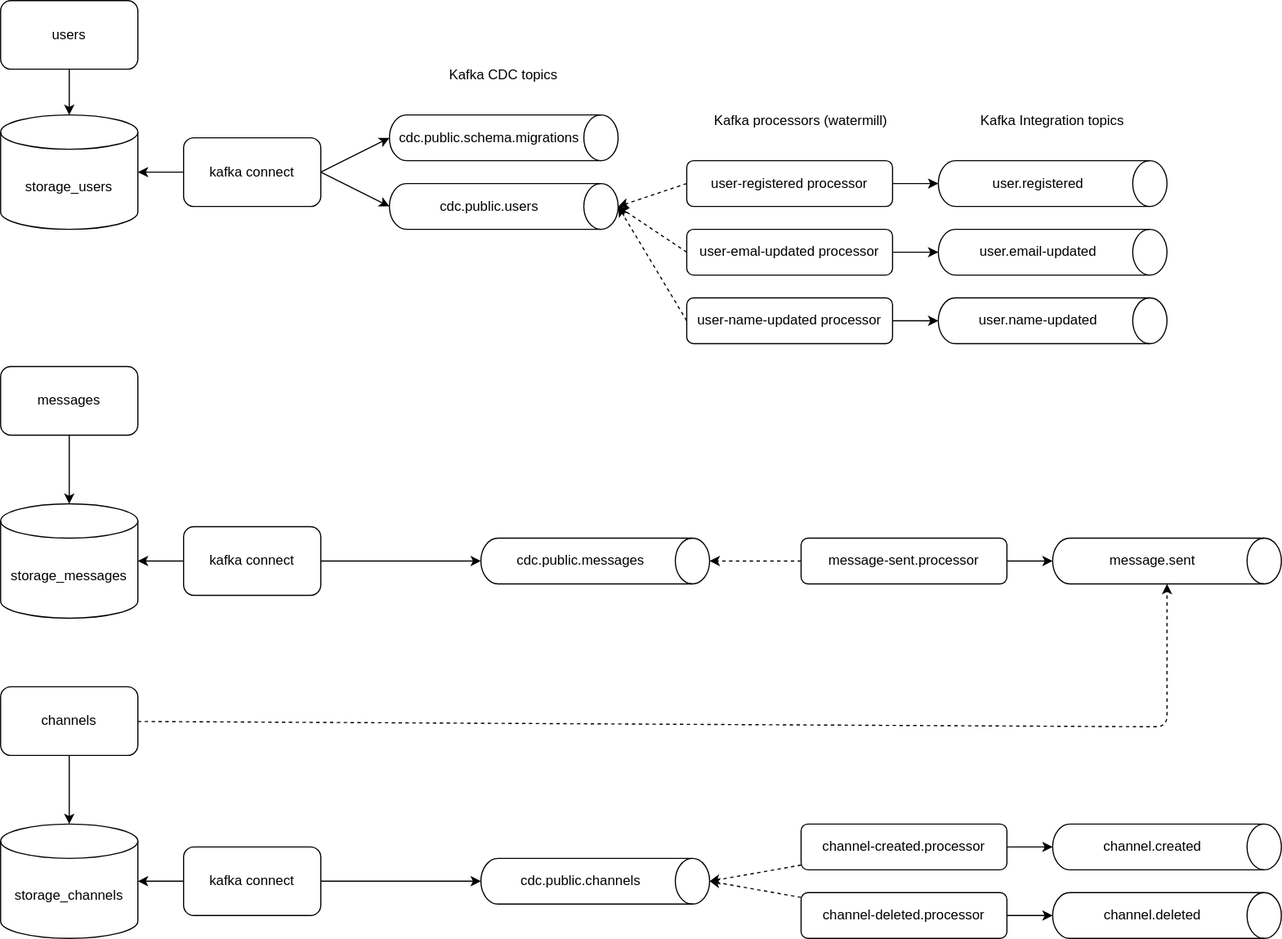
The draw.io diagram docs/design.drawio.svg in Turao/study, before a commit. Source tidied: cells renumbered, new cells last; positions are measured from the earlier drawing's top-left corner, leaving out a move shared by most shapes.
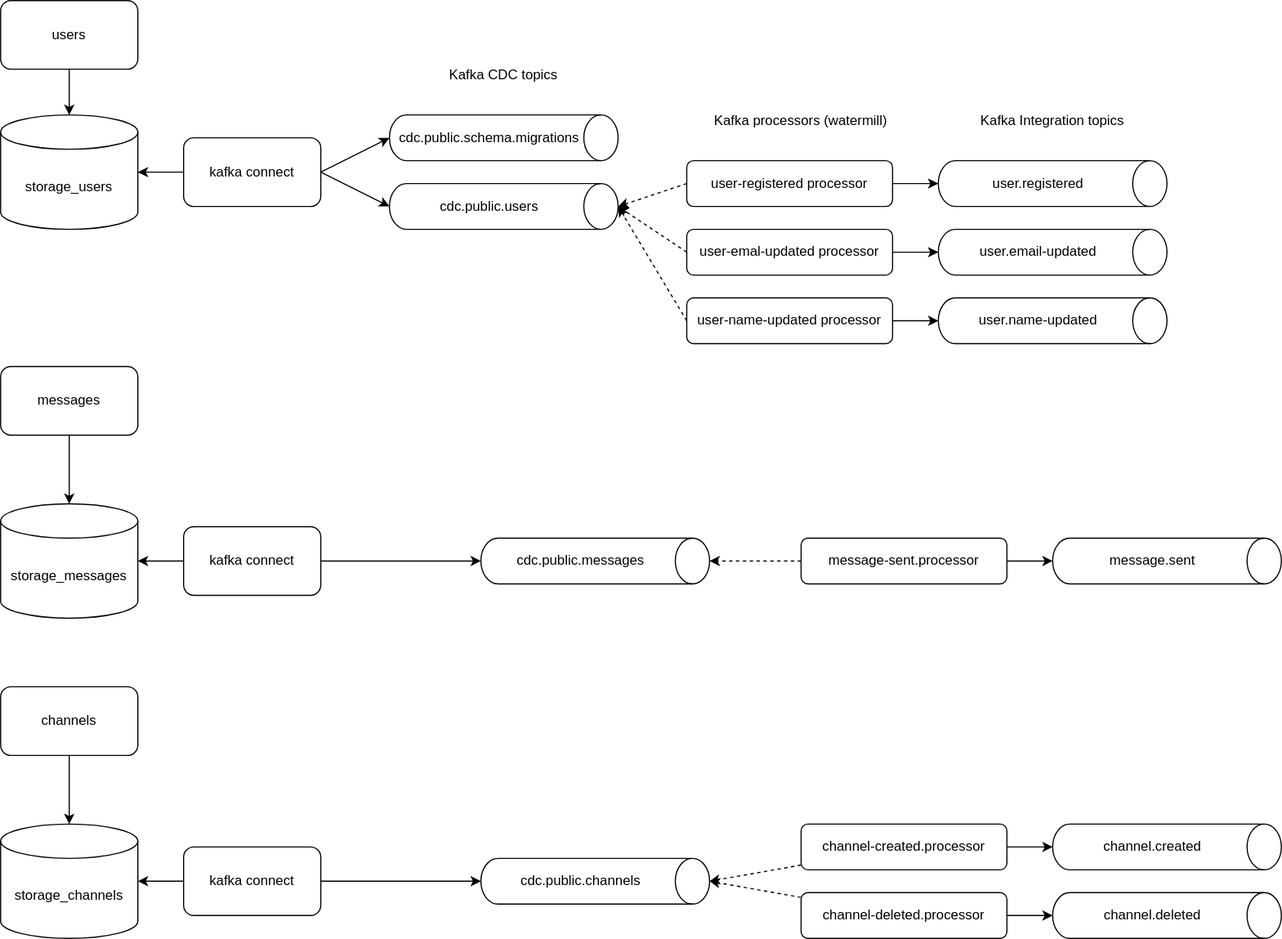
After the change.

Change to the diagram source:
```diff
@@ -110,13 +110,6 @@
     <mxCell id="37" style="edgeStyle=none;html=1;exitX=0.5;exitY=1;exitDx=0;exitDy=0;entryX=0.5;entryY=0;entryDx=0;entryDy=0;entryPerimeter=0;strokeColor=#000000;" parent="1" edge="1" source="39" target="40">
       <mxGeometry relative="1" as="geometry" />
     </mxCell>
-    <mxCell id="38" style="edgeStyle=none;html=1;strokeColor=#000000;entryX=1;entryY=0.5;entryDx=0;entryDy=0;entryPerimeter=0;dashed=1;" parent="1" edge="1" source="39" target="36">
-      <mxGeometry relative="1" as="geometry">
-        <Array as="points">
-          <mxPoint x="1020" y="635" />
-        </Array>
-      </mxGeometry>
-    </mxCell>
     <mxCell id="39" value="&lt;font color=&quot;#000000&quot;&gt;channels&lt;/font&gt;" style="rounded=1;whiteSpace=wrap;html=1;fillColor=none;strokeColor=#000000;" parent="1" vertex="1">
       <mxGeometry y="600" width="120" height="60" as="geometry" />
     </mxCell>
```
